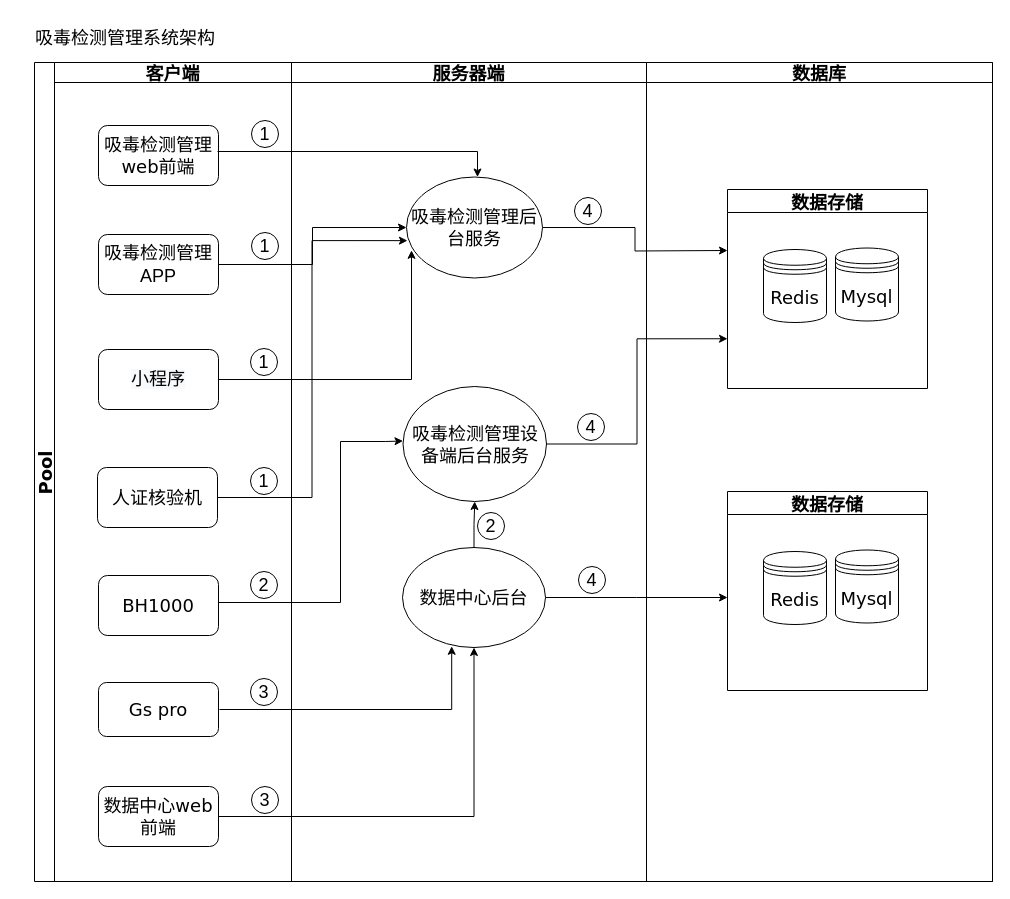
Earlier version of the draw.io diagram page "吸毒检测管理系统架构2" (5 of 5) of 未命名绘图.drawio (lliecho/test). Source tidied: cells renumbered, new cells numbered last; positions are measured from the earlier drawing's top-left corner, leaving out a move shared by most shapes. Both pictures are drawn from the tidied source at 100%, with x=0, y=0 at pixel (17, 17).
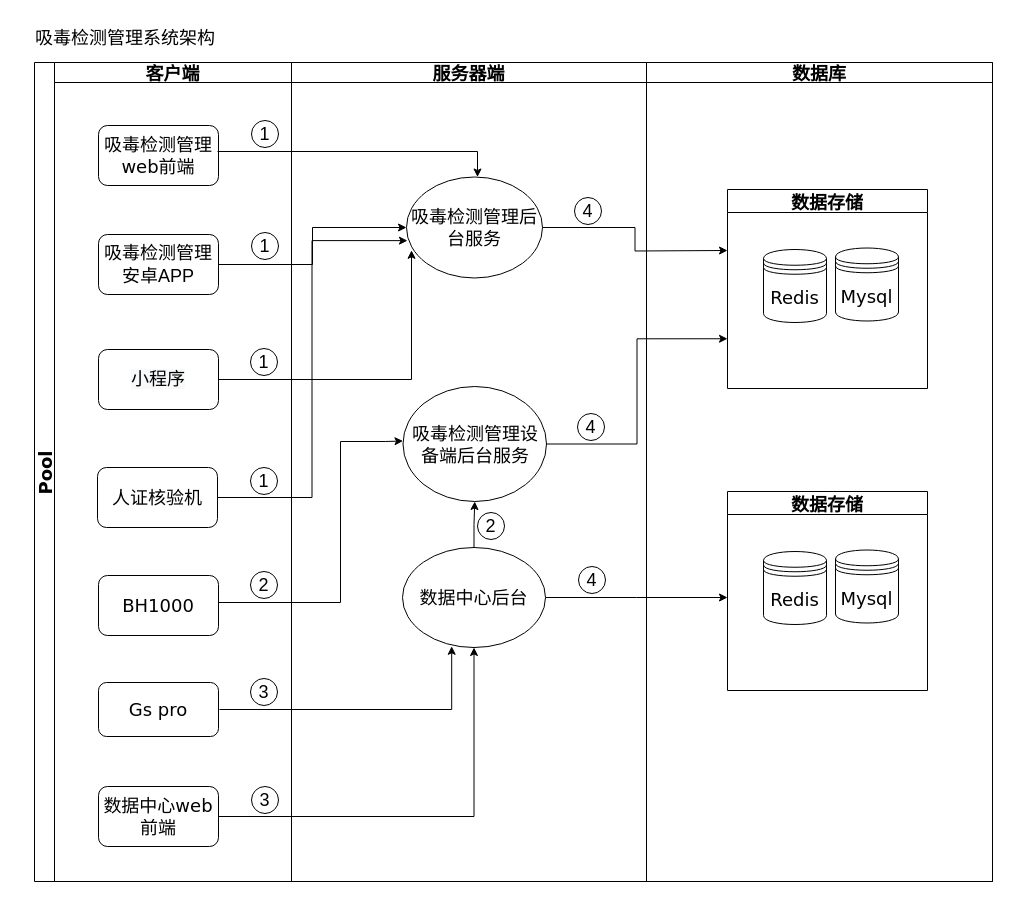
Above is the later version.

Commit message:
更新未命名绘图.drawio

The change refers to these unchanged cells:
```xml
<mxCell id="3" value="客户端" style="swimlane;startSize=20;fontFamily=Verdana;fontSize=18;" parent="2" vertex="1">
  <mxGeometry x="20" width="237" height="819" as="geometry" />
</mxCell>
```

Diff of the diagram source:
```diff
@@
-    <mxCell id="5" value="&lt;span style=&quot;font-family: Helvetica;&quot;&gt;吸毒检测管理APP&lt;/span&gt;" style="rounded=1;whiteSpace=wrap;html=1;fontFamily=Verdana;fontSize=18;" parent="3" vertex="1">
+    <mxCell id="5" value="&lt;span style=&quot;font-family: Helvetica;&quot;&gt;吸毒检测管理安卓APP&lt;/span&gt;" style="rounded=1;whiteSpace=wrap;html=1;fontFamily=Verdana;fontSize=18;" parent="3" vertex="1">
       <mxGeometry x="44" y="172" width="120" height="60" as="geometry" />
     </mxCell>
```
